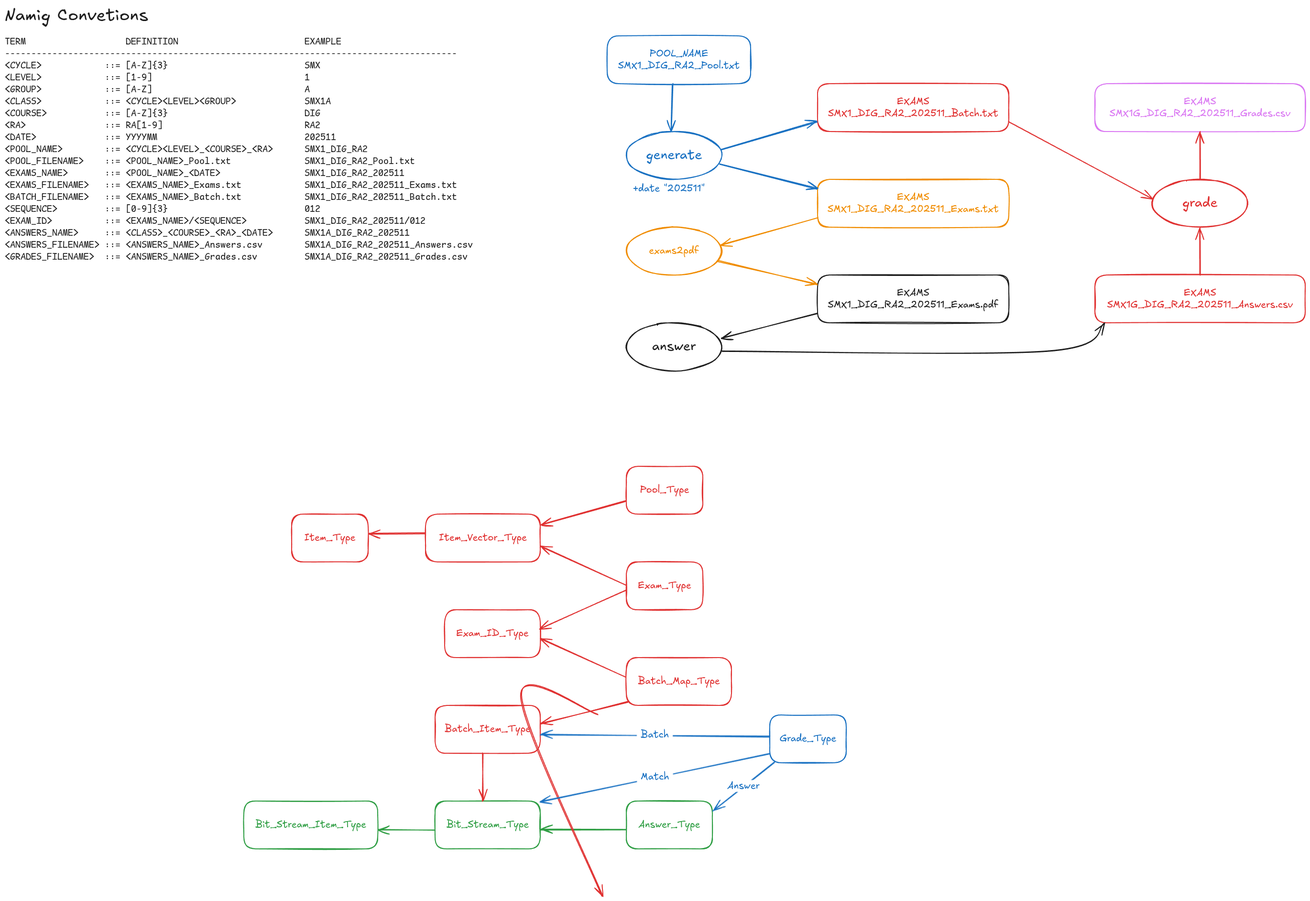
rocher/hilbert keeps this Excalidraw diagram as documents.excalidraw.png. Above is the earlier version. Source tidied: one line per element, renumbered; positions are measured from the earlier drawing's top-left corner, leaving out a move shared by most shapes.
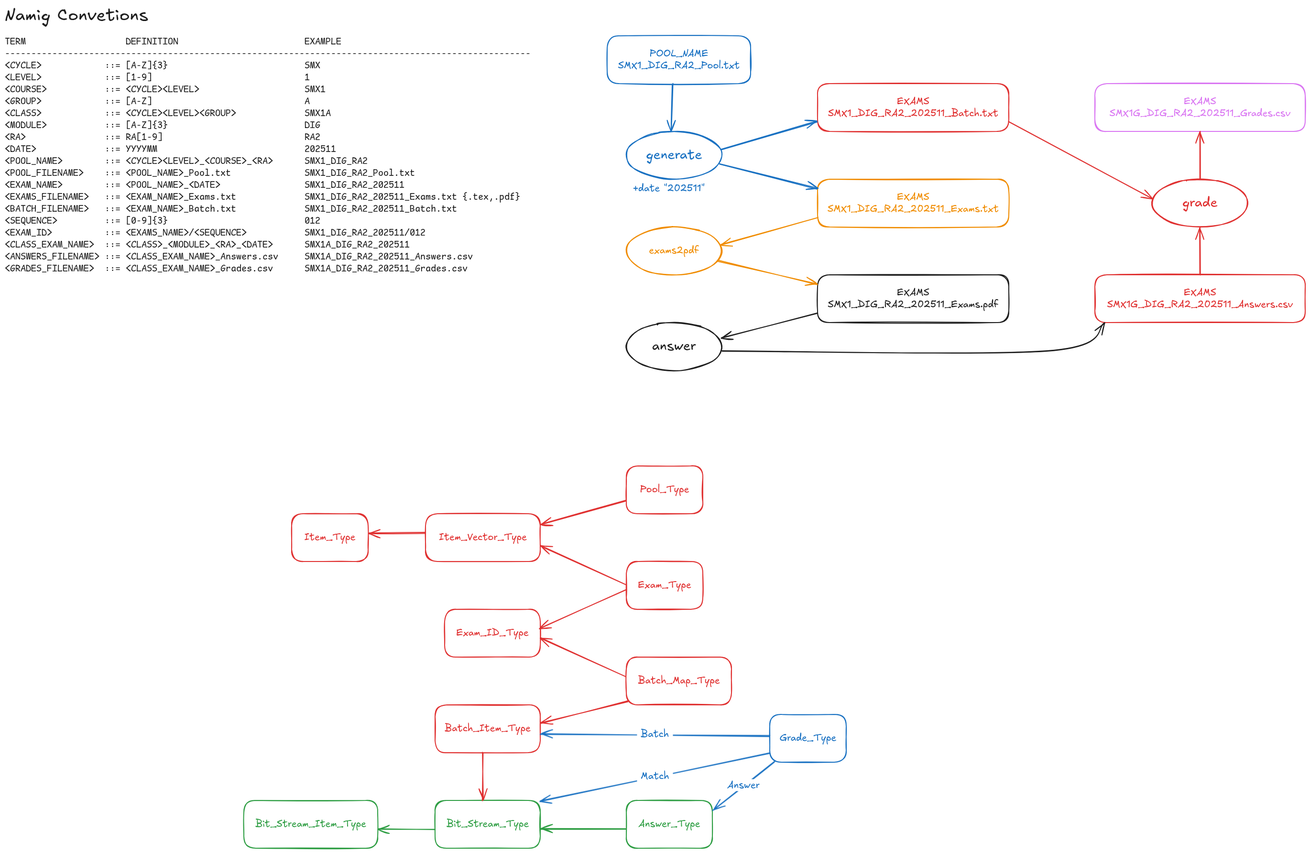
The same file after the commit.

Diff of the diagram source:
```diff
@@ -29,7 +29,7 @@
 {"id": 28, "type": "arrow", "strokeColor": "#e03131", "strokeWidth": 2, "roughness": 1, "endArrowhead": "arrow", "round": true, "from": 4, "to": 17, "x": 2100, "y": 245, "width": 300, "height": 160, "points": [[0, 0], [300, 160]]}
 {"id": 29, "type": "arrow", "strokeColor": "#e03131", "strokeWidth": 2, "roughness": 1, "endArrowhead": "arrow", "round": true, "from": 17, "to": 8, "x": 2500, "y": 364, "width": 0, "height": 99, "points": [[0, 0], [0, -99]]}
 {"id": 30, "type": "text", "text": "+date \"202511\"", "strokeColor": "#1971c2", "strokeWidth": 2, "roughness": 1, "fontSize": 20, "fontFamily": 5, "textAlign": "center", "x": 1314, "y": 372, "width": 150, "height": 25}
-{"id": 31, "type": "text", "text": "TERM                   DEFINITION                        EXAMPLE\n--------------------------------------------------------------------------------------\n<CYCLE>            ::= [A-Z]{3}                          SMX\n<LEVEL>            ::= [1-9]                             1\n<GROUP>            ::= [A-Z]                             A\n<CLASS>            ::= <CYCLE><LEVEL><GROUP>             SMX1A\n<COURSE>           ::= [A-Z]{3}                          DIG\n<RA>               ::= RA[1-9]                           RA2\n<DATE>             ::= YYYYMM                            202511\n<POOL_NAME>        ::= <CYCLE><LEVEL>_<COURSE>_<RA>      SMX1_DIG_RA2\n<POOL_FILENAME>    ::= <POOL_NAME>_Pool.txt              SMX1_DIG_RA2_Pool.txt\n<EXAMS_NAME>       ::= <POOL_NAME>_<DATE>                SMX1_DIG_RA2_202511\n<EXAMS_FILENAME>   ::= <EXAMS_NAME>_Exams.txt            SMX1_DIG_RA2_202511_Exams.txt\n<BATCH_FILENAME>   ::= <EXAMS_NAME>_Batch.txt            SMX1_DIG_RA2_202511_Batch.txt\n<SEQUENCE>         ::= [0-9]{3}                          012\n<EXAM_ID>          ::= <EXAMS_NAME>/<SEQUENCE>           SMX1_DIG_RA2_202511/012\n<ANSWERS_NAME>     ::= <CLASS>_<COURSE>_<RA>_<DATE>      SMX1A_DIG_RA2_202511\n<ANSWERS_FILENAME> ::= <ANSWERS_NAME>_Answers.csv        SMX1A_DIG_RA2_202511_Answers.csv\n<GRADES_FILENAME>  ::= <ANSWERS_NAME>_Grades.csv         SMX1A_DIG_RA2_202511_Grades.csv", "strokeColor": "#1e1e1e", "strokeWidth": 2, "roughness": 1, "fontSize": 20, "fontFamily": 8, "x": 0, "y": 65, "width": 979, "height": 475}
+{"id": 31, "type": "text", "text": "TERM                   DEFINITION                        EXAMPLE\n----------------------------------------------------------------------------------------------------\n<CYCLE>            ::= [A-Z]{3}                          SMX\n<LEVEL>            ::= [1-9]                             1\n<COURSE>           ::= <CYCLE><LEVEL>                    SMX1\n<GROUP>            ::= [A-Z]                             A\n<CLASS>            ::= <CYCLE><LEVEL><GROUP>             SMX1A\n<MODULE>           ::= [A-Z]{3}                          DIG\n<RA>               ::= RA[1-9]                           RA2\n<DATE>             ::= YYYYMM                            202511\n<POOL_NAME>        ::= <CYCLE><LEVEL>_<COURSE>_<RA>      SMX1_DIG_RA2\n<POOL_FILENAME>    ::= <POOL_NAME>_Pool.txt              SMX1_DIG_RA2_Pool.txt\n<EXAM_NAME>        ::= <POOL_NAME>_<DATE>                SMX1_DIG_RA2_202511\n<EXAMS_FILENAME>   ::= <EXAM_NAME>_Exams.txt             SMX1_DIG_RA2_202511_Exams.txt {.tex,.pdf}\n<BATCH_FILENAME>   ::= <EXAM_NAME>_Batch.txt             SMX1_DIG_RA2_202511_Batch.txt\n<SEQUENCE>         ::= [0-9]{3}                          012\n<EXAM_ID>          ::= <EXAMS_NAME>/<SEQUENCE>           SMX1_DIG_RA2_202511/012\n<CLASS_EXAM_NAME>  ::= <CLASS>_<MODULE>_<RA>_<DATE>      SMX1A_DIG_RA2_202511\n<ANSWERS_FILENAME> ::= <CLASS_EXAM_NAME>_Answers.csv     SMX1A_DIG_RA2_202511_Answers.csv\n<GRADES_FILENAME>  ::= <CLASS_EXAM_NAME>_Grades.csv      SMX1A_DIG_RA2_202511_Grades.csv", "strokeColor": "#1e1e1e", "strokeWidth": 2, "roughness": 1, "fontSize": 20, "fontFamily": 8, "x": 0, "y": 65, "width": 1100, "height": 500}
 {"id": 32, "type": "text", "text": "Namig Convetions", "strokeColor": "#1e1e1e", "strokeWidth": 2, "roughness": 1, "fontSize": 36, "fontFamily": 5, "x": 0, "y": 0, "width": 300, "height": 45}
 {"id": 33, "type": "rectangle", "strokeColor": "#e03131", "strokeWidth": 2, "roughness": 1, "round": true, "x": 600, "y": 1065, "width": 160, "height": 100}
 {"id": 34, "type": "text", "text": "Item_Type", "strokeColor": "#e03131", "strokeWidth": 2, "roughness": 1, "fontSize": 20, "fontFamily": 5, "textAlign": "center", "verticalAlign": "middle", "inside": 33, "x": 626, "y": 1102, "width": 107, "height": 25}
```
